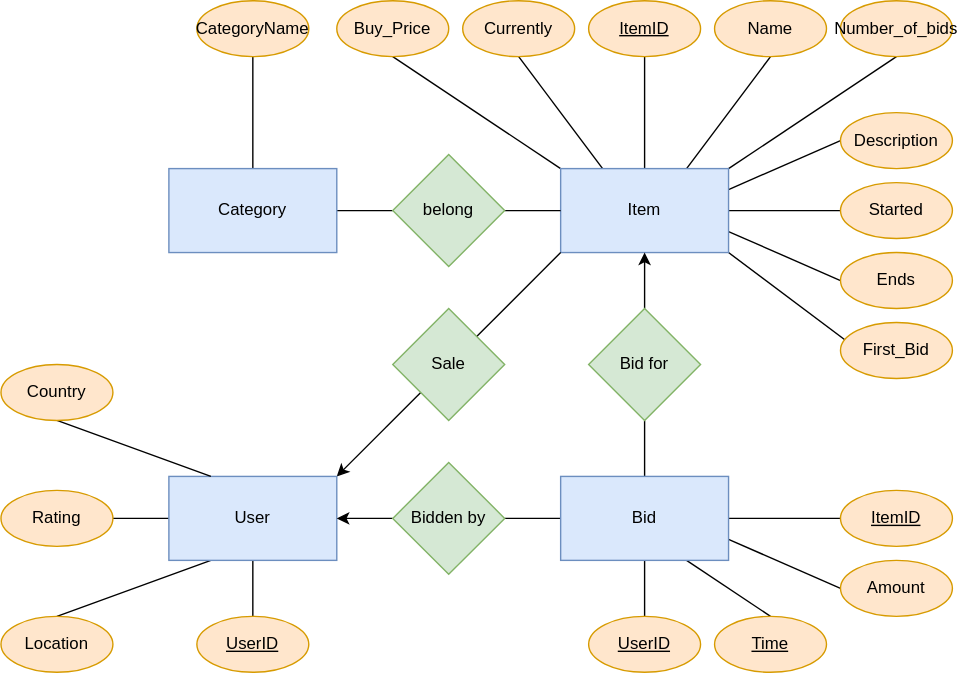
Earlier version of the draw.io export 2. ER Modeling & Schema Design/ER.svg (13inhao/CS564-Database-Systems). Source tidied: cells renumbered, new cells last; positions are measured from the earlier drawing's top-left corner, leaving out a move shared by most shapes. Source of this version:
```xml
<mxGraphModel>
  <root>
    <mxCell id="0" />
    <mxCell id="1" parent="0" />
    <mxCell id="2" style="edgeStyle=orthogonalEdgeStyle;rounded=0;jettySize=auto;html=1;endArrow=none;endFill=0;" parent="1" edge="1" source="11" target="12">
      <mxGeometry relative="1" as="geometry" />
    </mxCell>
    <mxCell id="3" style="rounded=0;jettySize=auto;html=1;exitX=0.75;exitY=0;exitDx=0;exitDy=0;entryX=0.5;entryY=1;entryDx=0;entryDy=0;endArrow=none;endFill=0;" parent="1" edge="1" source="11" target="13">
      <mxGeometry relative="1" as="geometry" />
    </mxCell>
    <mxCell id="4" style="edgeStyle=none;rounded=0;jettySize=auto;html=1;exitX=0.25;exitY=0;exitDx=0;exitDy=0;entryX=0.5;entryY=1;entryDx=0;entryDy=0;endArrow=none;endFill=0;" parent="1" edge="1" source="11" target="19">
      <mxGeometry relative="1" as="geometry" />
    </mxCell>
    <mxCell id="5" style="edgeStyle=none;rounded=0;jettySize=auto;html=1;exitX=0;exitY=0;exitDx=0;exitDy=0;entryX=0.5;entryY=1;entryDx=0;entryDy=0;endArrow=none;endFill=0;" parent="1" edge="1" source="11" target="20">
      <mxGeometry relative="1" as="geometry" />
    </mxCell>
    <mxCell id="6" style="edgeStyle=none;rounded=0;jettySize=auto;html=1;exitX=1;exitY=1;exitDx=0;exitDy=0;entryX=0.5;entryY=1;entryDx=0;entryDy=0;endArrow=none;endFill=0;" parent="1" edge="1" source="11" target="21">
      <mxGeometry relative="1" as="geometry" />
    </mxCell>
    <mxCell id="7" style="edgeStyle=none;rounded=0;jettySize=auto;html=1;exitX=1;exitY=0;exitDx=0;exitDy=0;entryX=0.5;entryY=1;entryDx=0;entryDy=0;endArrow=none;endFill=0;" parent="1" edge="1" source="11" target="22">
      <mxGeometry relative="1" as="geometry" />
    </mxCell>
    <mxCell id="8" style="edgeStyle=none;rounded=0;jettySize=auto;html=1;exitX=1;exitY=0.25;exitDx=0;exitDy=0;entryX=0;entryY=0.5;entryDx=0;entryDy=0;endArrow=none;endFill=0;" parent="1" edge="1" source="11" target="42">
      <mxGeometry relative="1" as="geometry" />
    </mxCell>
    <mxCell id="9" style="edgeStyle=none;rounded=0;jettySize=auto;html=1;exitX=1;exitY=0.5;exitDx=0;exitDy=0;entryX=0;entryY=0.5;entryDx=0;entryDy=0;endArrow=none;endFill=0;" parent="1" edge="1" source="11" target="47">
      <mxGeometry relative="1" as="geometry" />
    </mxCell>
    <mxCell id="10" style="edgeStyle=none;rounded=0;jettySize=auto;html=1;exitX=1;exitY=0.75;exitDx=0;exitDy=0;entryX=0;entryY=0.5;entryDx=0;entryDy=0;endArrow=none;endFill=0;" parent="1" edge="1" source="11" target="48">
      <mxGeometry relative="1" as="geometry" />
    </mxCell>
    <mxCell id="11" value="Item" style="rounded=0;whiteSpace=wrap;html=1;fillColor=#dae8fc;strokeColor=#6c8ebf;" parent="1" vertex="1">
      <mxGeometry x="400" y="120" width="120" height="60" as="geometry" />
    </mxCell>
    <mxCell id="12" value="&lt;u&gt;ItemID&lt;/u&gt;" style="ellipse;whiteSpace=wrap;html=1;fillColor=#ffe6cc;strokeColor=#d79b00;" parent="1" vertex="1">
      <mxGeometry x="420" width="80" height="40" as="geometry" />
    </mxCell>
    <mxCell id="13" value="Name" style="ellipse;whiteSpace=wrap;html=1;fillColor=#ffe6cc;strokeColor=#d79b00;" parent="1" vertex="1">
      <mxGeometry x="510" width="80" height="40" as="geometry" />
    </mxCell>
    <mxCell id="14" style="edgeStyle=none;rounded=0;jettySize=auto;html=1;exitX=1;exitY=0.5;exitDx=0;exitDy=0;entryX=0;entryY=0.5;entryDx=0;entryDy=0;endArrow=none;endFill=0;" parent="1" edge="1" source="16" target="18">
      <mxGeometry relative="1" as="geometry" />
    </mxCell>
    <mxCell id="15" style="edgeStyle=none;rounded=0;jettySize=auto;html=1;exitX=0.5;exitY=0;exitDx=0;exitDy=0;entryX=0.5;entryY=1;entryDx=0;entryDy=0;startArrow=none;startFill=0;endArrow=none;endFill=0;strokeColor=default;" parent="1" edge="1" source="16" target="53">
      <mxGeometry relative="1" as="geometry" />
    </mxCell>
    <mxCell id="16" value="Category" style="rounded=0;whiteSpace=wrap;html=1;fillColor=#dae8fc;strokeColor=#6c8ebf;" parent="1" vertex="1">
      <mxGeometry x="120" y="120" width="120" height="60" as="geometry" />
    </mxCell>
    <mxCell id="17" style="edgeStyle=none;rounded=0;jettySize=auto;html=1;exitX=1;exitY=0.5;exitDx=0;exitDy=0;entryX=0;entryY=0.5;entryDx=0;entryDy=0;endArrow=none;endFill=0;" parent="1" edge="1" source="18" target="11">
      <mxGeometry relative="1" as="geometry" />
    </mxCell>
    <mxCell id="18" value="belong" style="rhombus;whiteSpace=wrap;html=1;fillColor=#d5e8d4;strokeColor=#82b366;" parent="1" vertex="1">
      <mxGeometry x="280" y="110" width="80" height="80" as="geometry" />
    </mxCell>
    <mxCell id="19" value="Currently" style="ellipse;whiteSpace=wrap;html=1;fillColor=#ffe6cc;strokeColor=#d79b00;" parent="1" vertex="1">
      <mxGeometry x="330" width="80" height="40" as="geometry" />
    </mxCell>
    <mxCell id="20" value="Buy_Price" style="ellipse;whiteSpace=wrap;html=1;fillColor=#ffe6cc;strokeColor=#d79b00;" parent="1" vertex="1">
      <mxGeometry x="240" width="80" height="40" as="geometry" />
    </mxCell>
    <mxCell id="21" value="First_Bid" style="ellipse;whiteSpace=wrap;html=1;fillColor=#ffe6cc;strokeColor=#d79b00;" parent="1" vertex="1">
      <mxGeometry x="600" y="230" width="80" height="40" as="geometry" />
    </mxCell>
    <mxCell id="22" value="Number_of_bids" style="ellipse;whiteSpace=wrap;html=1;fillColor=#ffe6cc;strokeColor=#d79b00;" parent="1" vertex="1">
      <mxGeometry x="600" width="80" height="40" as="geometry" />
    </mxCell>
    <mxCell id="23" style="edgeStyle=none;rounded=0;jettySize=auto;html=1;exitX=0.5;exitY=0;exitDx=0;exitDy=0;entryX=0.5;entryY=1;entryDx=0;entryDy=0;endArrow=none;endFill=0;" parent="1" edge="1" source="29" target="31">
      <mxGeometry relative="1" as="geometry" />
    </mxCell>
    <mxCell id="24" style="edgeStyle=none;rounded=0;jettySize=auto;html=1;exitX=0;exitY=0.5;exitDx=0;exitDy=0;entryX=1;entryY=0.5;entryDx=0;entryDy=0;startArrow=none;startFill=0;endArrow=none;endFill=0;strokeColor=default;" parent="1" edge="1" source="29" target="46">
      <mxGeometry relative="1" as="geometry" />
    </mxCell>
    <mxCell id="25" style="edgeStyle=none;rounded=0;jettySize=auto;html=1;exitX=1;exitY=0.5;exitDx=0;exitDy=0;startArrow=none;startFill=0;endArrow=none;endFill=0;strokeColor=default;" parent="1" edge="1" source="29" target="52">
      <mxGeometry relative="1" as="geometry" />
    </mxCell>
    <mxCell id="26" style="edgeStyle=none;rounded=0;jettySize=auto;html=1;exitX=0.5;exitY=1;exitDx=0;exitDy=0;entryX=0.5;entryY=0;entryDx=0;entryDy=0;startArrow=none;startFill=0;endArrow=none;endFill=0;strokeColor=default;" parent="1" edge="1" source="29" target="51">
      <mxGeometry relative="1" as="geometry" />
    </mxCell>
    <mxCell id="27" style="edgeStyle=none;rounded=0;jettySize=auto;html=1;exitX=0.75;exitY=1;exitDx=0;exitDy=0;entryX=0.5;entryY=0;entryDx=0;entryDy=0;startArrow=none;startFill=0;endArrow=none;endFill=0;strokeColor=default;" parent="1" edge="1" source="29" target="49">
      <mxGeometry relative="1" as="geometry" />
    </mxCell>
    <mxCell id="28" style="edgeStyle=none;rounded=0;jettySize=auto;html=1;exitX=1;exitY=0.75;exitDx=0;exitDy=0;entryX=0;entryY=0.5;entryDx=0;entryDy=0;startArrow=none;startFill=0;endArrow=none;endFill=0;strokeColor=default;" parent="1" edge="1" source="29" target="50">
      <mxGeometry relative="1" as="geometry" />
    </mxCell>
    <mxCell id="29" value="Bid" style="rounded=0;whiteSpace=wrap;html=1;fillColor=#dae8fc;strokeColor=#6c8ebf;" parent="1" vertex="1">
      <mxGeometry x="400" y="340" width="120" height="60" as="geometry" />
    </mxCell>
    <mxCell id="30" style="edgeStyle=none;rounded=0;jettySize=auto;html=1;exitX=0.5;exitY=0;exitDx=0;exitDy=0;entryX=0.5;entryY=1;entryDx=0;entryDy=0;endArrow=classic;endFill=1;strokeColor=default;startArrow=none;startFill=0;" parent="1" edge="1" source="31" target="11">
      <mxGeometry relative="1" as="geometry" />
    </mxCell>
    <mxCell id="31" value="Bid for" style="rhombus;whiteSpace=wrap;html=1;fillColor=#d5e8d4;strokeColor=#82b366;" parent="1" vertex="1">
      <mxGeometry x="420" y="220" width="80" height="80" as="geometry" />
    </mxCell>
    <mxCell id="32" style="edgeStyle=none;rounded=0;jettySize=auto;html=1;exitX=0.5;exitY=1;exitDx=0;exitDy=0;endArrow=none;endFill=0;" parent="1" edge="1" source="36" target="37">
      <mxGeometry relative="1" as="geometry" />
    </mxCell>
    <mxCell id="33" style="edgeStyle=none;rounded=0;jettySize=auto;html=1;exitX=0.25;exitY=1;exitDx=0;exitDy=0;entryX=0.5;entryY=0;entryDx=0;entryDy=0;endArrow=none;endFill=0;" parent="1" edge="1" source="36" target="38">
      <mxGeometry relative="1" as="geometry" />
    </mxCell>
    <mxCell id="34" style="edgeStyle=none;rounded=0;jettySize=auto;html=1;exitX=0;exitY=0.5;exitDx=0;exitDy=0;entryX=1;entryY=0.5;entryDx=0;entryDy=0;endArrow=none;endFill=0;" parent="1" edge="1" source="36" target="41">
      <mxGeometry relative="1" as="geometry" />
    </mxCell>
    <mxCell id="35" style="edgeStyle=none;rounded=0;jettySize=auto;html=1;exitX=1;exitY=0;exitDx=0;exitDy=0;entryX=0;entryY=1;entryDx=0;entryDy=0;endArrow=none;endFill=0;startArrow=classic;startFill=1;" parent="1" edge="1" source="36" target="44">
      <mxGeometry relative="1" as="geometry" />
    </mxCell>
    <mxCell id="36" value="User" style="rounded=0;whiteSpace=wrap;html=1;fillColor=#dae8fc;strokeColor=#6c8ebf;" parent="1" vertex="1">
      <mxGeometry x="120" y="340" width="120" height="60" as="geometry" />
    </mxCell>
    <mxCell id="37" value="&lt;u&gt;UserID&lt;/u&gt;" style="ellipse;whiteSpace=wrap;html=1;fillColor=#ffe6cc;strokeColor=#d79b00;" parent="1" vertex="1">
      <mxGeometry x="140" y="440" width="80" height="40" as="geometry" />
    </mxCell>
    <mxCell id="38" value="Location" style="ellipse;whiteSpace=wrap;html=1;fillColor=#ffe6cc;strokeColor=#d79b00;" parent="1" vertex="1">
      <mxGeometry y="440" width="80" height="40" as="geometry" />
    </mxCell>
    <mxCell id="39" style="edgeStyle=none;rounded=0;jettySize=auto;html=1;exitX=0.5;exitY=1;exitDx=0;exitDy=0;entryX=0.25;entryY=0;entryDx=0;entryDy=0;endArrow=none;endFill=0;" parent="1" edge="1" source="40" target="36">
      <mxGeometry relative="1" as="geometry" />
    </mxCell>
    <mxCell id="40" value="Country" style="ellipse;whiteSpace=wrap;html=1;fillColor=#ffe6cc;strokeColor=#d79b00;" parent="1" vertex="1">
      <mxGeometry y="260" width="80" height="40" as="geometry" />
    </mxCell>
    <mxCell id="41" value="Rating" style="ellipse;whiteSpace=wrap;html=1;fillColor=#ffe6cc;strokeColor=#d79b00;" parent="1" vertex="1">
      <mxGeometry y="350" width="80" height="40" as="geometry" />
    </mxCell>
    <mxCell id="42" value="Description" style="ellipse;whiteSpace=wrap;html=1;fillColor=#ffe6cc;strokeColor=#d79b00;" parent="1" vertex="1">
      <mxGeometry x="600" y="80" width="80" height="40" as="geometry" />
    </mxCell>
    <mxCell id="43" style="edgeStyle=none;rounded=0;jettySize=auto;html=1;exitX=1;exitY=0;exitDx=0;exitDy=0;entryX=0;entryY=1;entryDx=0;entryDy=0;endArrow=none;endFill=0;" parent="1" edge="1" source="44" target="11">
      <mxGeometry relative="1" as="geometry" />
    </mxCell>
    <mxCell id="44" value="Sale" style="rhombus;whiteSpace=wrap;html=1;fillColor=#d5e8d4;strokeColor=#82b366;" parent="1" vertex="1">
      <mxGeometry x="280" y="220" width="80" height="80" as="geometry" />
    </mxCell>
    <mxCell id="45" style="edgeStyle=none;rounded=0;jettySize=auto;html=1;exitX=0;exitY=0.5;exitDx=0;exitDy=0;entryX=1;entryY=0.5;entryDx=0;entryDy=0;startArrow=none;startFill=0;endArrow=classic;endFill=1;strokeColor=default;" parent="1" edge="1" source="46" target="36">
      <mxGeometry relative="1" as="geometry" />
    </mxCell>
    <mxCell id="46" value="Bidden by" style="rhombus;whiteSpace=wrap;html=1;fillColor=#d5e8d4;strokeColor=#82b366;" parent="1" vertex="1">
      <mxGeometry x="280" y="330" width="80" height="80" as="geometry" />
    </mxCell>
    <mxCell id="47" value="Started" style="ellipse;whiteSpace=wrap;html=1;fillColor=#ffe6cc;strokeColor=#d79b00;" parent="1" vertex="1">
      <mxGeometry x="600" y="130" width="80" height="40" as="geometry" />
    </mxCell>
    <mxCell id="48" value="Ends" style="ellipse;whiteSpace=wrap;html=1;fillColor=#ffe6cc;strokeColor=#d79b00;" parent="1" vertex="1">
      <mxGeometry x="600" y="180" width="80" height="40" as="geometry" />
    </mxCell>
    <mxCell id="49" value="&lt;u&gt;Time&lt;/u&gt;" style="ellipse;whiteSpace=wrap;html=1;fillColor=#ffe6cc;strokeColor=#d79b00;" parent="1" vertex="1">
      <mxGeometry x="510" y="440" width="80" height="40" as="geometry" />
    </mxCell>
    <mxCell id="50" value="Amount" style="ellipse;whiteSpace=wrap;html=1;fillColor=#ffe6cc;strokeColor=#d79b00;" parent="1" vertex="1">
      <mxGeometry x="600" y="400" width="80" height="40" as="geometry" />
    </mxCell>
    <mxCell id="51" value="&lt;u&gt;UserID&lt;/u&gt;" style="ellipse;whiteSpace=wrap;html=1;fillColor=#ffe6cc;strokeColor=#d79b00;" parent="1" vertex="1">
      <mxGeometry x="420" y="440" width="80" height="40" as="geometry" />
    </mxCell>
    <mxCell id="52" value="&lt;u&gt;ItemID&lt;/u&gt;" style="ellipse;whiteSpace=wrap;html=1;fillColor=#ffe6cc;strokeColor=#d79b00;" parent="1" vertex="1">
      <mxGeometry x="600" y="350" width="80" height="40" as="geometry" />
    </mxCell>
    <mxCell id="53" value="CategoryName" style="ellipse;whiteSpace=wrap;html=1;fillColor=#ffe6cc;strokeColor=#d79b00;" parent="1" vertex="1">
      <mxGeometry x="140" width="80" height="40" as="geometry" />
    </mxCell>
  </root>
</mxGraphModel>
```
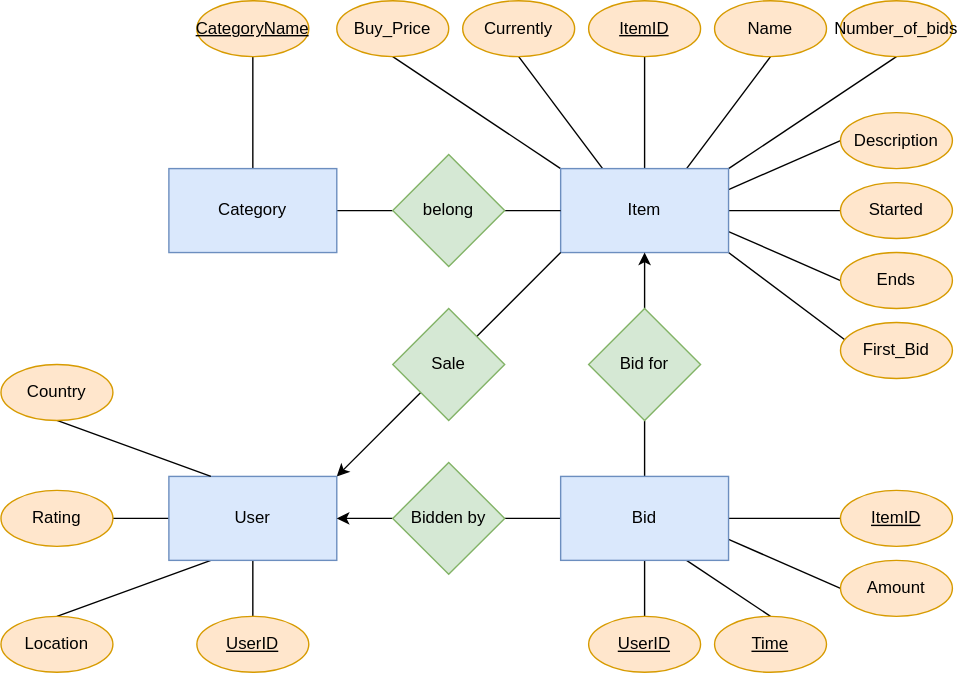
The same diagram one commit later.

The edit, as a diff of the source:
```diff
@@ -155,7 +155,7 @@
     <mxCell id="52" value="&lt;u&gt;ItemID&lt;/u&gt;" style="ellipse;whiteSpace=wrap;html=1;fillColor=#ffe6cc;strokeColor=#d79b00;" parent="1" vertex="1">
       <mxGeometry x="600" y="350" width="80" height="40" as="geometry" />
     </mxCell>
-    <mxCell id="53" value="CategoryName" style="ellipse;whiteSpace=wrap;html=1;fillColor=#ffe6cc;strokeColor=#d79b00;" parent="1" vertex="1">
+    <mxCell id="53" value="&lt;u&gt;CategoryName&lt;/u&gt;" style="ellipse;whiteSpace=wrap;html=1;fillColor=#ffe6cc;strokeColor=#d79b00;" parent="1" vertex="1">
       <mxGeometry x="140" width="80" height="40" as="geometry" />
     </mxCell>
   </root>
```
